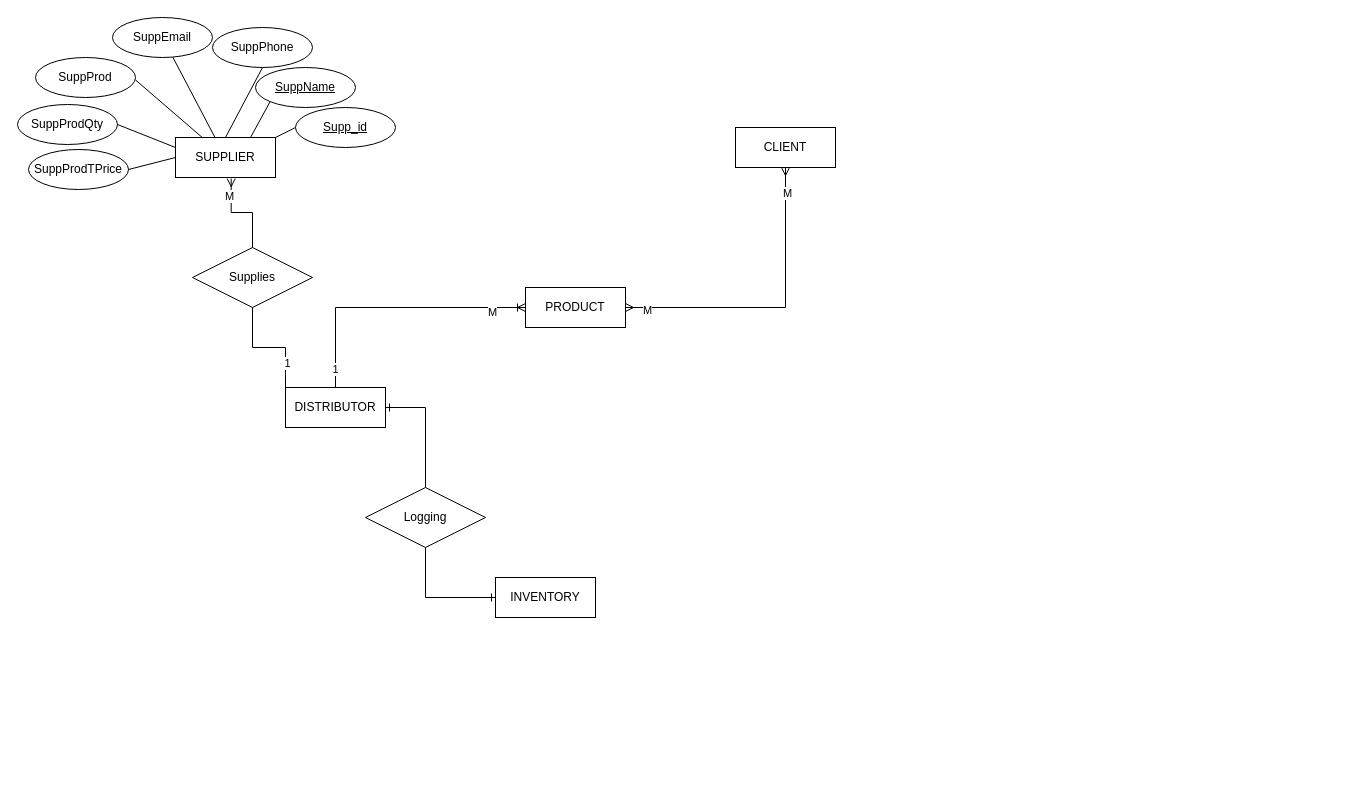
This is page "Trash1" (3 of 5) of SP703.drawio from vinsanity2022/ERD_SP703, a draw.io file, before an edit. Source tidied: cells renumbered, new cells numbered last; positions are measured from the earlier drawing's top-left corner, leaving out a move shared by most shapes. Both pictures are drawn from the tidied source at 100%, with x=0, y=0 at pixel (17, 17).
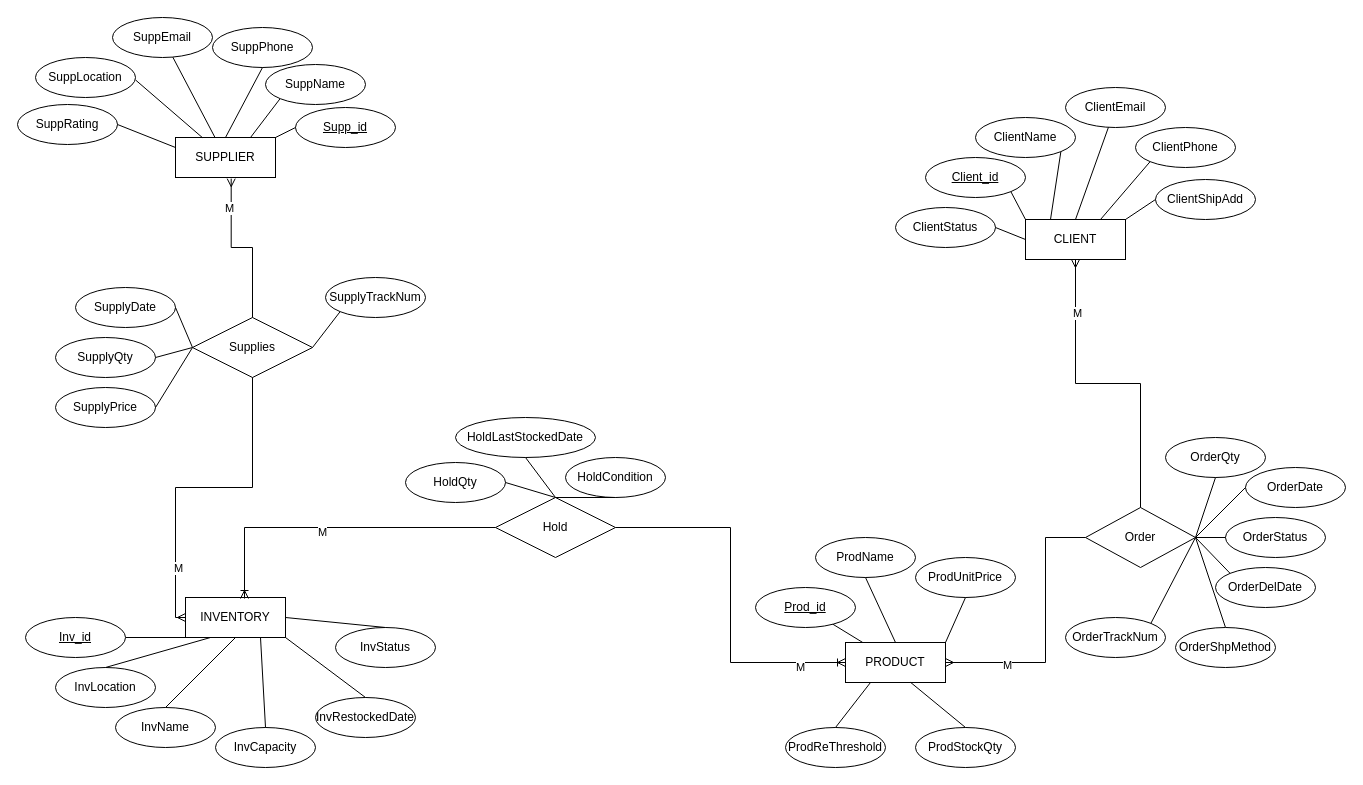
The same page after the edit.

Unchanged cells that the change refers to:
```xml
<mxCell id="3" value="SUPPLIER" style="whiteSpace=wrap;html=1;align=center;" parent="1" vertex="1">
  <mxGeometry x="158" y="120" width="100" height="40" as="geometry" />
</mxCell>
```

What changed in the source:
```diff
@@
-    <mxCell id="2" value="DISTRIBUTOR" style="whiteSpace=wrap;html=1;align=center;" parent="1" vertex="1">
-      <mxGeometry x="268" y="370" width="100" height="40" as="geometry" />
+    <mxCell id="2" value="INVENTORY" style="whiteSpace=wrap;html=1;align=center;" parent="1" vertex="1">
+      <mxGeometry x="168" y="580" width="100" height="40" as="geometry" />
     </mxCell>
@@
     <mxCell id="4" value="CLIENT" style="whiteSpace=wrap;html=1;align=center;" parent="1" vertex="1">
-      <mxGeometry x="718" y="110" width="100" height="40" as="geometry" />
+      <mxGeometry x="1008" y="202" width="100" height="40" as="geometry" />
     </mxCell>
     <mxCell id="5" value="PRODUCT" style="whiteSpace=wrap;html=1;align=center;" parent="1" vertex="1">
-      <mxGeometry x="508" y="270" width="100" height="40" as="geometry" />
+      <mxGeometry x="828" y="625" width="100" height="40" as="geometry" />
     </mxCell>
-    <mxCell id="6" value="INVENTORY" style="whiteSpace=wrap;html=1;align=center;" parent="1" vertex="1">
-      <mxGeometry x="478" y="560" width="100" height="40" as="geometry" />
-    </mxCell>
-    <mxCell id="7" style="edgeStyle=orthogonalEdgeStyle;fontSize=12;html=1;endArrow=ERmany;startArrow=ERmany;rounded=0;exitX=1;exitY=0.5;exitDx=0;exitDy=0;entryX=0.5;entryY=1;entryDx=0;entryDy=0;" parent="1" edge="1" source="5" target="4">
-      <mxGeometry relative="1" as="geometry" />
-    </mxCell>
-    <mxCell id="8" value="M" style="edgeLabel;html=1;align=center;verticalAlign=middle;" parent="7" vertex="1">
-      <mxGeometry x="-0.86" y="-2" relative="1" as="geometry" />
-    </mxCell>
-    <mxCell id="9" value="M" style="edgeLabel;html=1;align=center;verticalAlign=middle;" parent="7" vertex="1">
-      <mxGeometry x="0.83" y="-1" relative="1" as="geometry" />
-    </mxCell>
-    <mxCell id="10" style="edgeStyle=orthogonalEdgeStyle;fontSize=12;html=1;endArrow=ERoneToMany;rounded=0;exitX=0.5;exitY=0;exitDx=0;exitDy=0;entryX=0;entryY=0.5;entryDx=0;entryDy=0;" parent="1" edge="1" source="2" target="5">
+    <mxCell id="10" style="edgeStyle=orthogonalEdgeStyle;fontSize=12;html=1;endArrow=ERoneToMany;rounded=0;exitX=1;exitY=0.5;exitDx=0;exitDy=0;entryX=0;entryY=0.5;entryDx=0;entryDy=0;" parent="1" edge="1" source="74" target="5">
       <mxGeometry relative="1" as="geometry" />
     </mxCell>
-    <mxCell id="11" value="1" style="edgeLabel;html=1;align=center;verticalAlign=middle;" parent="10" vertex="1">
-      <mxGeometry x="-0.86" y="1" relative="1" as="geometry" />
-    </mxCell>
@@
     <mxCell id="13" value="Supplies" style="shape=rhombus;perimeter=rhombusPerimeter;whiteSpace=wrap;html=1;align=center;" parent="1" vertex="1">
-      <mxGeometry x="175" y="230" width="120" height="60" as="geometry" />
+      <mxGeometry x="175" y="300" width="120" height="60" as="geometry" />
     </mxCell>
@@
-    <mxCell id="16" style="endArrow=none;html=1;rounded=0;exitX=0;exitY=0;exitDx=0;exitDy=0;entryX=0.5;entryY=1;entryDx=0;entryDy=0;edgeStyle=orthogonalEdgeStyle;" parent="1" edge="1" source="2" target="13">
-      <mxGeometry relative="1" as="geometry" />
-    </mxCell>
-    <mxCell id="17" value="1" style="edgeLabel;html=1;align=center;verticalAlign=middle;" parent="16" vertex="1">
-      <mxGeometry x="-0.56" y="-1" relative="1" as="geometry" />
-    </mxCell>
@@
-    <mxCell id="19" value="SuppName" style="ellipse;whiteSpace=wrap;html=1;align=center;fontStyle=4;" parent="1" vertex="1">
-      <mxGeometry x="238" y="50" width="100" height="40" as="geometry" />
-    </mxCell>
@@
-    <mxCell id="22" value="SuppProd" style="ellipse;whiteSpace=wrap;html=1;align=center;" parent="1" vertex="1">
+    <mxCell id="22" value="SuppLocation" style="ellipse;whiteSpace=wrap;html=1;align=center;" parent="1" vertex="1">
       <mxGeometry x="18" y="40" width="100" height="40" as="geometry" />
     </mxCell>
-    <mxCell id="23" value="SuppProdTPrice" style="ellipse;whiteSpace=wrap;html=1;align=center;" parent="1" vertex="1">
-      <mxGeometry x="11" y="132" width="100" height="40" as="geometry" />
-    </mxCell>
-    <mxCell id="24" value="SuppProdQty" style="ellipse;whiteSpace=wrap;html=1;align=center;" parent="1" vertex="1">
+    <mxCell id="24" value="SuppRating" style="ellipse;whiteSpace=wrap;html=1;align=center;" parent="1" vertex="1">
       <mxGeometry y="87" width="100" height="40" as="geometry" />
     </mxCell>
@@
-    <mxCell id="31" style="endArrow=none;html=1;rounded=0;entryX=1;entryY=0.5;entryDx=0;entryDy=0;exitX=0;exitY=0.5;exitDx=0;exitDy=0;" parent="1" edge="1" source="3" target="23">
-      <mxGeometry relative="1" as="geometry" />
-    </mxCell>
-    <mxCell id="32" value="Logging" style="shape=rhombus;perimeter=rhombusPerimeter;whiteSpace=wrap;html=1;align=center;" parent="1" vertex="1">
-      <mxGeometry x="348" y="470" width="120" height="60" as="geometry" />
-    </mxCell>
-    <mxCell id="33" style="edgeStyle=orthogonalEdgeStyle;fontSize=12;html=1;endArrow=ERone;endFill=1;rounded=0;entryX=0;entryY=0.5;entryDx=0;entryDy=0;exitX=0.5;exitY=1;exitDx=0;exitDy=0;" parent="1" edge="1" source="32" target="6">
-      <mxGeometry relative="1" as="geometry" />
-    </mxCell>
-    <mxCell id="34" style="edgeStyle=orthogonalEdgeStyle;fontSize=12;html=1;endArrow=ERone;endFill=1;rounded=0;exitX=0.5;exitY=0;exitDx=0;exitDy=0;entryX=1;entryY=0.5;entryDx=0;entryDy=0;" parent="1" edge="1" source="32" target="2">
-      <mxGeometry relative="1" as="geometry" />
-    </mxCell>
+    <mxCell id="35" style="endArrow=none;html=1;rounded=0;entryX=0;entryY=1;entryDx=0;entryDy=0;exitX=1;exitY=0.5;exitDx=0;exitDy=0;" parent="1" edge="1" source="36" target="2">
+      <mxGeometry relative="1" as="geometry" />
+    </mxCell>
+    <mxCell id="36" value="Inv_id" style="ellipse;whiteSpace=wrap;html=1;align=center;fontStyle=4;" parent="1" vertex="1">
+      <mxGeometry x="8" y="600" width="100" height="40" as="geometry" />
+    </mxCell>
+    <mxCell id="37" value="InvLocation" style="ellipse;whiteSpace=wrap;html=1;align=center;" parent="1" vertex="1">
+      <mxGeometry x="38" y="650" width="100" height="40" as="geometry" />
+    </mxCell>
+    <mxCell id="38" style="endArrow=none;html=1;rounded=0;entryX=0.25;entryY=1;entryDx=0;entryDy=0;exitX=0.5;exitY=0;exitDx=0;exitDy=0;" parent="1" edge="1" source="37" target="2">
+      <mxGeometry relative="1" as="geometry" />
+    </mxCell>
+    <mxCell id="39" value="Prod_id" style="ellipse;whiteSpace=wrap;html=1;align=center;fontStyle=4;" parent="1" vertex="1">
+      <mxGeometry x="738" y="570" width="100" height="40" as="geometry" />
+    </mxCell>
+    <mxCell id="40" value="ProdName" style="ellipse;whiteSpace=wrap;html=1;align=center;" parent="1" vertex="1">
+      <mxGeometry x="798" y="520" width="100" height="40" as="geometry" />
+    </mxCell>
+    <mxCell id="41" value="ProdUnitPrice" style="ellipse;whiteSpace=wrap;html=1;align=center;" parent="1" vertex="1">
+      <mxGeometry x="898" y="540" width="100" height="40" as="geometry" />
+    </mxCell>
+    <mxCell id="42" value="ProdStockQty" style="ellipse;whiteSpace=wrap;html=1;align=center;" parent="1" vertex="1">
+      <mxGeometry x="898" y="710" width="100" height="40" as="geometry" />
+    </mxCell>
+    <mxCell id="43" style="endArrow=none;html=1;rounded=0;" parent="1" edge="1" source="5" target="39">
+      <mxGeometry relative="1" as="geometry" />
+    </mxCell>
+    <mxCell id="44" style="endArrow=none;html=1;rounded=0;entryX=0.5;entryY=1;entryDx=0;entryDy=0;exitX=0.5;exitY=0;exitDx=0;exitDy=0;" parent="1" edge="1" source="5" target="40">
+      <mxGeometry relative="1" as="geometry" />
+    </mxCell>
+    <mxCell id="45" style="endArrow=none;html=1;rounded=0;entryX=0.5;entryY=1;entryDx=0;entryDy=0;exitX=1;exitY=0;exitDx=0;exitDy=0;" parent="1" edge="1" source="5" target="41">
+      <mxGeometry relative="1" as="geometry" />
+    </mxCell>
+    <mxCell id="46" style="endArrow=none;html=1;rounded=0;entryX=0.5;entryY=0;entryDx=0;entryDy=0;exitX=0.652;exitY=0.999;exitDx=0;exitDy=0;exitPerimeter=0;" parent="1" edge="1" source="5" target="42">
+      <mxGeometry relative="1" as="geometry" />
+    </mxCell>
+    <mxCell id="47" value="Client_id" style="ellipse;whiteSpace=wrap;html=1;align=center;fontStyle=4;" parent="1" vertex="1">
+      <mxGeometry x="908" y="140" width="100" height="40" as="geometry" />
+    </mxCell>
+    <mxCell id="48" value="ClientName" style="ellipse;whiteSpace=wrap;html=1;align=center;" parent="1" vertex="1">
+      <mxGeometry x="958" y="100" width="100" height="40" as="geometry" />
+    </mxCell>
+    <mxCell id="49" value="ClientEmail" style="ellipse;whiteSpace=wrap;html=1;align=center;" parent="1" vertex="1">
+      <mxGeometry x="1048" y="70" width="100" height="40" as="geometry" />
+    </mxCell>
+    <mxCell id="50" value="ClientPhone" style="ellipse;whiteSpace=wrap;html=1;align=center;" parent="1" vertex="1">
+      <mxGeometry x="1118" y="110" width="100" height="40" as="geometry" />
+    </mxCell>
+    <mxCell id="51" value="ClientShipAdd" style="ellipse;whiteSpace=wrap;html=1;align=center;" parent="1" vertex="1">
+      <mxGeometry x="1138" y="162" width="100" height="40" as="geometry" />
+    </mxCell>
+    <mxCell id="52" style="endArrow=none;html=1;rounded=0;entryX=1;entryY=1;entryDx=0;entryDy=0;exitX=0;exitY=0;exitDx=0;exitDy=0;" parent="1" edge="1" source="4" target="47">
+      <mxGeometry relative="1" as="geometry" />
+    </mxCell>
+    <mxCell id="53" style="endArrow=none;html=1;rounded=0;entryX=1;entryY=1;entryDx=0;entryDy=0;exitX=0.25;exitY=0;exitDx=0;exitDy=0;" parent="1" edge="1" source="4" target="48">
+      <mxGeometry relative="1" as="geometry" />
+    </mxCell>
+    <mxCell id="54" style="endArrow=none;html=1;rounded=0;exitX=0.5;exitY=0;exitDx=0;exitDy=0;" parent="1" edge="1" source="4" target="49">
+      <mxGeometry relative="1" as="geometry" />
+    </mxCell>
+    <mxCell id="55" style="endArrow=none;html=1;rounded=0;entryX=0;entryY=1;entryDx=0;entryDy=0;exitX=0.75;exitY=0;exitDx=0;exitDy=0;" parent="1" edge="1" source="4" target="50">
+      <mxGeometry relative="1" as="geometry" />
+    </mxCell>
+    <mxCell id="56" style="endArrow=none;html=1;rounded=0;entryX=0;entryY=0.5;entryDx=0;entryDy=0;exitX=1;exitY=0;exitDx=0;exitDy=0;" parent="1" edge="1" source="4" target="51">
+      <mxGeometry relative="1" as="geometry" />
+    </mxCell>
+    <mxCell id="57" value="InvName" style="ellipse;whiteSpace=wrap;html=1;align=center;" parent="1" vertex="1">
+      <mxGeometry x="98" y="690" width="100" height="40" as="geometry" />
+    </mxCell>
+    <mxCell id="58" style="endArrow=none;html=1;rounded=0;entryX=0.5;entryY=1;entryDx=0;entryDy=0;exitX=0.5;exitY=0;exitDx=0;exitDy=0;" parent="1" edge="1" source="57" target="2">
+      <mxGeometry relative="1" as="geometry" />
+    </mxCell>
+    <mxCell id="59" value="Order" style="shape=rhombus;perimeter=rhombusPerimeter;whiteSpace=wrap;html=1;align=center;" parent="1" vertex="1">
+      <mxGeometry x="1068" y="490" width="110" height="60" as="geometry" />
+    </mxCell>
+    <mxCell id="60" style="edgeStyle=orthogonalEdgeStyle;fontSize=12;html=1;endArrow=ERmany;rounded=0;entryX=0.5;entryY=1;entryDx=0;entryDy=0;exitX=0.5;exitY=0;exitDx=0;exitDy=0;" parent="1" edge="1" source="59" target="4">
+      <mxGeometry relative="1" as="geometry" />
+    </mxCell>
+    <mxCell id="61" value="M" style="edgeLabel;html=1;align=center;verticalAlign=middle;" parent="60" vertex="1">
+      <mxGeometry x="0.66" y="-1" relative="1" as="geometry" />
+    </mxCell>
+    <mxCell id="62" style="edgeStyle=orthogonalEdgeStyle;fontSize=12;html=1;endArrow=ERmany;rounded=0;entryX=1;entryY=0.5;entryDx=0;entryDy=0;exitX=0;exitY=0.5;exitDx=0;exitDy=0;" parent="1" edge="1" source="59" target="5">
+      <mxGeometry relative="1" as="geometry">
+        <Array as="points">
+          <mxPoint x="1028" y="520" />
+          <mxPoint x="1028" y="645" />
+        </Array>
+      </mxGeometry>
+    </mxCell>
+    <mxCell id="63" value="M" style="edgeLabel;html=1;align=center;verticalAlign=middle;" parent="62" vertex="1">
+      <mxGeometry x="0.54" y="2" relative="1" as="geometry" />
+    </mxCell>
+    <mxCell id="64" value="OrderQty" style="ellipse;whiteSpace=wrap;html=1;align=center;" parent="1" vertex="1">
+      <mxGeometry x="1148" y="420" width="100" height="40" as="geometry" />
+    </mxCell>
+    <mxCell id="65" style="endArrow=none;html=1;rounded=0;entryX=1;entryY=0.5;entryDx=0;entryDy=0;exitX=0.5;exitY=1;exitDx=0;exitDy=0;" parent="1" edge="1" source="64" target="59">
+      <mxGeometry relative="1" as="geometry" />
+    </mxCell>
+    <mxCell id="66" style="edgeStyle=orthogonalEdgeStyle;fontSize=12;html=1;endArrow=ERmany;rounded=0;entryX=0;entryY=0.5;entryDx=0;entryDy=0;exitX=0.5;exitY=1;exitDx=0;exitDy=0;" parent="1" edge="1" source="13" target="2">
+      <mxGeometry relative="1" as="geometry" />
+    </mxCell>
+    <mxCell id="67" value="M" style="edgeLabel;html=1;align=center;verticalAlign=middle;" parent="66" vertex="1">
+      <mxGeometry x="0.63" y="2" relative="1" as="geometry" />
+    </mxCell>
+    <mxCell id="68" value="InvCapacity" style="ellipse;whiteSpace=wrap;html=1;align=center;" parent="1" vertex="1">
+      <mxGeometry x="198" y="710" width="100" height="40" as="geometry" />
+    </mxCell>
+    <mxCell id="69" value="InvRestockedDate" style="ellipse;whiteSpace=wrap;html=1;align=center;" parent="1" vertex="1">
+      <mxGeometry x="298" y="680" width="100" height="40" as="geometry" />
+    </mxCell>
+    <mxCell id="19" value="SuppName" style="ellipse;whiteSpace=wrap;html=1;align=center;" parent="1" vertex="1">
+      <mxGeometry x="248" y="47" width="100" height="40" as="geometry" />
+    </mxCell>
+    <mxCell id="70" style="endArrow=none;html=1;rounded=0;entryX=0.75;entryY=1;entryDx=0;entryDy=0;exitX=0.5;exitY=0;exitDx=0;exitDy=0;" parent="1" edge="1" source="68" target="2">
+      <mxGeometry relative="1" as="geometry" />
+    </mxCell>
+    <mxCell id="71" style="endArrow=none;html=1;rounded=0;entryX=1;entryY=1;entryDx=0;entryDy=0;exitX=0.5;exitY=0;exitDx=0;exitDy=0;" parent="1" edge="1" source="69" target="2">
+      <mxGeometry relative="1" as="geometry" />
+    </mxCell>
+    <mxCell id="72" value="SupplyDate" style="ellipse;whiteSpace=wrap;html=1;align=center;" parent="1" vertex="1">
+      <mxGeometry x="58" y="270" width="100" height="40" as="geometry" />
+    </mxCell>
+    <mxCell id="73" style="endArrow=none;html=1;rounded=0;entryX=1;entryY=0.5;entryDx=0;entryDy=0;exitX=0;exitY=0.5;exitDx=0;exitDy=0;" parent="1" edge="1" source="13" target="72">
+      <mxGeometry relative="1" as="geometry" />
+    </mxCell>
+    <mxCell id="74" value="Hold" style="shape=rhombus;perimeter=rhombusPerimeter;whiteSpace=wrap;html=1;align=center;" parent="1" vertex="1">
+      <mxGeometry x="478" y="480" width="120" height="60" as="geometry" />
+    </mxCell>
+    <mxCell id="75" style="edgeStyle=orthogonalEdgeStyle;fontSize=12;html=1;endArrow=ERoneToMany;rounded=0;exitX=0;exitY=0.5;exitDx=0;exitDy=0;entryX=0.59;entryY=0.025;entryDx=0;entryDy=0;entryPerimeter=0;" parent="1" edge="1" source="74" target="2">
+      <mxGeometry relative="1" as="geometry" />
+    </mxCell>
+    <mxCell id="76" value="M" style="edgeLabel;html=1;align=center;verticalAlign=middle;" parent="75" vertex="1">
+      <mxGeometry x="0.08" y="4" relative="1" as="geometry" />
+    </mxCell>
+    <mxCell id="77" value="InvStatus" style="ellipse;whiteSpace=wrap;html=1;align=center;" parent="1" vertex="1">
+      <mxGeometry x="318" y="610" width="100" height="40" as="geometry" />
+    </mxCell>
+    <mxCell id="78" style="endArrow=none;html=1;rounded=0;entryX=1;entryY=0.5;entryDx=0;entryDy=0;exitX=0.5;exitY=0;exitDx=0;exitDy=0;" parent="1" edge="1" source="77" target="2">
+      <mxGeometry relative="1" as="geometry" />
+    </mxCell>
+    <mxCell id="79" value="ClientStatus" style="ellipse;whiteSpace=wrap;html=1;align=center;" parent="1" vertex="1">
+      <mxGeometry x="878" y="190" width="100" height="40" as="geometry" />
+    </mxCell>
+    <mxCell id="80" style="endArrow=none;html=1;rounded=0;entryX=1;entryY=0.5;entryDx=0;entryDy=0;exitX=0;exitY=0.5;exitDx=0;exitDy=0;" parent="1" edge="1" source="4" target="79">
+      <mxGeometry relative="1" as="geometry" />
+    </mxCell>
+    <mxCell id="81" value="SupplyQty" style="ellipse;whiteSpace=wrap;html=1;align=center;" parent="1" vertex="1">
+      <mxGeometry x="38" y="320" width="100" height="40" as="geometry" />
+    </mxCell>
+    <mxCell id="82" style="endArrow=none;html=1;rounded=0;entryX=1;entryY=0.5;entryDx=0;entryDy=0;exitX=0;exitY=0.5;exitDx=0;exitDy=0;" parent="1" edge="1" source="13" target="81">
+      <mxGeometry relative="1" as="geometry" />
+    </mxCell>
+    <mxCell id="83" value="SupplyPrice" style="ellipse;whiteSpace=wrap;html=1;align=center;" parent="1" vertex="1">
+      <mxGeometry x="38" y="370" width="100" height="40" as="geometry" />
+    </mxCell>
+    <mxCell id="84" style="endArrow=none;html=1;rounded=0;entryX=1;entryY=0.5;entryDx=0;entryDy=0;exitX=0;exitY=0.5;exitDx=0;exitDy=0;" parent="1" edge="1" source="13" target="83">
+      <mxGeometry relative="1" as="geometry" />
+    </mxCell>
+    <mxCell id="85" value="HoldQty" style="ellipse;whiteSpace=wrap;html=1;align=center;" parent="1" vertex="1">
+      <mxGeometry x="388" y="445" width="100" height="40" as="geometry" />
+    </mxCell>
+    <mxCell id="86" value="HoldLastStockedDate" style="ellipse;whiteSpace=wrap;html=1;align=center;" parent="1" vertex="1">
+      <mxGeometry x="438" y="400" width="140" height="40" as="geometry" />
+    </mxCell>
+    <mxCell id="87" style="endArrow=none;html=1;rounded=0;entryX=1;entryY=0.5;entryDx=0;entryDy=0;exitX=0.5;exitY=0;exitDx=0;exitDy=0;" parent="1" edge="1" source="74" target="85">
+      <mxGeometry relative="1" as="geometry" />
+    </mxCell>
+    <mxCell id="88" style="endArrow=none;html=1;rounded=0;entryX=0.5;entryY=1;entryDx=0;entryDy=0;exitX=0.5;exitY=0;exitDx=0;exitDy=0;" parent="1" edge="1" source="74" target="86">
+      <mxGeometry relative="1" as="geometry" />
+    </mxCell>
+    <mxCell id="89" value="HoldCondition" style="ellipse;whiteSpace=wrap;html=1;align=center;" parent="1" vertex="1">
+      <mxGeometry x="548" y="440" width="100" height="40" as="geometry" />
+    </mxCell>
+    <mxCell id="90" style="endArrow=none;html=1;rounded=0;entryX=0.5;entryY=1;entryDx=0;entryDy=0;exitX=0.5;exitY=0;exitDx=0;exitDy=0;" parent="1" edge="1" source="74" target="89">
+      <mxGeometry relative="1" as="geometry" />
+    </mxCell>
+    <mxCell id="91" value="OrderDate" style="ellipse;whiteSpace=wrap;html=1;align=center;" parent="1" vertex="1">
+      <mxGeometry x="1228" y="450" width="100" height="40" as="geometry" />
+    </mxCell>
+    <mxCell id="92" value="OrderStatus" style="ellipse;whiteSpace=wrap;html=1;align=center;" parent="1" vertex="1">
+      <mxGeometry x="1208" y="500" width="100" height="40" as="geometry" />
+    </mxCell>
+    <mxCell id="93" value="OrderDelDate" style="ellipse;whiteSpace=wrap;html=1;align=center;" parent="1" vertex="1">
+      <mxGeometry x="1198" y="550" width="100" height="40" as="geometry" />
+    </mxCell>
+    <mxCell id="94" style="endArrow=none;html=1;rounded=0;entryX=1;entryY=0.5;entryDx=0;entryDy=0;exitX=0;exitY=0.5;exitDx=0;exitDy=0;" parent="1" edge="1" source="91" target="59">
+      <mxGeometry relative="1" as="geometry" />
+    </mxCell>
+    <mxCell id="95" style="endArrow=none;html=1;rounded=0;entryX=1;entryY=0.5;entryDx=0;entryDy=0;exitX=0;exitY=0.5;exitDx=0;exitDy=0;" parent="1" edge="1" source="92" target="59">
+      <mxGeometry relative="1" as="geometry" />
+    </mxCell>
+    <mxCell id="96" style="endArrow=none;html=1;rounded=0;exitX=0;exitY=0;exitDx=0;exitDy=0;" parent="1" edge="1" source="93">
+      <mxGeometry relative="1" as="geometry">
+        <mxPoint x="1178" y="520" as="targetPoint" />
+      </mxGeometry>
+    </mxCell>
+    <mxCell id="97" style="endArrow=none;html=1;rounded=0;entryX=1;entryY=0.5;entryDx=0;entryDy=0;exitX=0.5;exitY=0;exitDx=0;exitDy=0;" parent="1" edge="1" source="98" target="59">
+      <mxGeometry relative="1" as="geometry" />
+    </mxCell>
+    <mxCell id="98" value="OrderShpMethod" style="ellipse;whiteSpace=wrap;html=1;align=center;" parent="1" vertex="1">
+      <mxGeometry x="1158" y="610" width="100" height="40" as="geometry" />
+    </mxCell>
+    <mxCell id="99" value="SupplyTrackNum" style="ellipse;whiteSpace=wrap;html=1;align=center;" parent="1" vertex="1">
+      <mxGeometry x="308" y="260" width="100" height="40" as="geometry" />
+    </mxCell>
+    <mxCell id="100" style="endArrow=none;html=1;rounded=0;entryX=0;entryY=1;entryDx=0;entryDy=0;exitX=1;exitY=0.5;exitDx=0;exitDy=0;" parent="1" edge="1" source="13" target="99">
+      <mxGeometry relative="1" as="geometry" />
+    </mxCell>
+    <mxCell id="101" value="OrderTrackNum" style="ellipse;whiteSpace=wrap;html=1;align=center;" parent="1" vertex="1">
+      <mxGeometry x="1048" y="600" width="100" height="40" as="geometry" />
+    </mxCell>
+    <mxCell id="102" style="endArrow=none;html=1;rounded=0;entryX=1;entryY=0.5;entryDx=0;entryDy=0;exitX=1;exitY=0;exitDx=0;exitDy=0;" parent="1" edge="1" source="101" target="59">
+      <mxGeometry relative="1" as="geometry" />
+    </mxCell>
+    <mxCell id="103" value="ProdReThreshold" style="ellipse;whiteSpace=wrap;html=1;align=center;" parent="1" vertex="1">
+      <mxGeometry x="768" y="710" width="100" height="40" as="geometry" />
+    </mxCell>
+    <mxCell id="104" style="endArrow=none;html=1;rounded=0;entryX=0.5;entryY=0;entryDx=0;entryDy=0;exitX=0.25;exitY=1;exitDx=0;exitDy=0;" parent="1" edge="1" source="5" target="103">
+      <mxGeometry relative="1" as="geometry" />
+    </mxCell>
```
